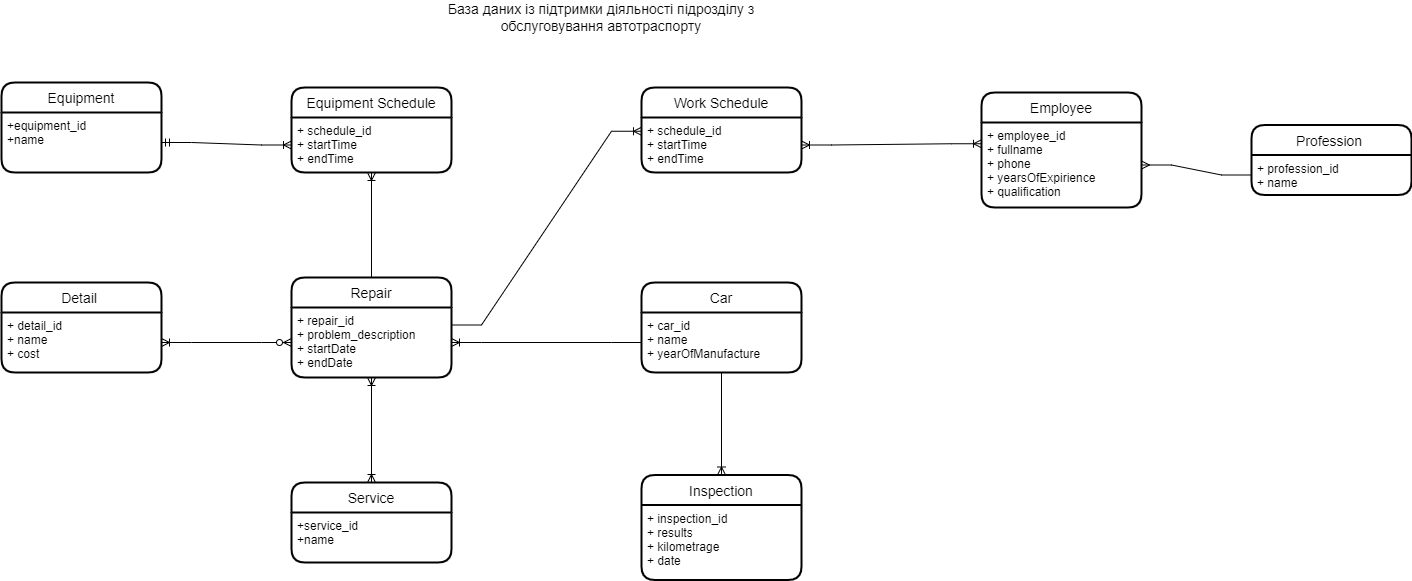
The draw.io diagram diagrams/ER-diagram.png in sashapanasiuk5/Database_CourseWork, before a commit. Source tidied: cells renumbered, new cells last; positions are measured from the earlier drawing's top-left corner, leaving out a move shared by most shapes. The source it was exported from:
```xml
<mxGraphModel>
  <root>
    <mxCell id="0" />
    <mxCell id="1" parent="0" />
    <mxCell id="2" value="Car" style="swimlane;horizontal=1;startSize=30;rounded=1;fontSize=14;fontStyle=0;strokeWidth=2;shadow=0;dashed=0;align=center;" parent="1" vertex="1">
      <mxGeometry x="640" y="280" width="160" height="90" as="geometry" />
    </mxCell>
    <mxCell id="3" value="+ car_id&#10;+ name&#10;+ yearOfManufacture" style="align=left;strokeColor=none;fillColor=none;spacingLeft=4;fontSize=12;verticalAlign=top;" parent="2" vertex="1">
      <mxGeometry y="30" width="160" height="60" as="geometry" />
    </mxCell>
    <mxCell id="4" value="Repair" style="swimlane;horizontal=1;startSize=30;rounded=1;fontSize=14;fontStyle=0;strokeWidth=2;shadow=0;dashed=0;align=center;" parent="1" vertex="1">
      <mxGeometry x="290" y="275" width="160" height="100" as="geometry" />
    </mxCell>
    <mxCell id="5" value="+ repair_id&#10;+ problem_description&#10;+ startDate&#10;+ endDate" style="align=left;strokeColor=none;fillColor=none;spacingLeft=4;fontSize=12;verticalAlign=top;" parent="4" vertex="1">
      <mxGeometry y="30" width="160" height="70" as="geometry" />
    </mxCell>
    <mxCell id="6" value="Service" style="swimlane;horizontal=1;startSize=30;rounded=1;fontSize=14;fontStyle=0;strokeWidth=2;shadow=0;dashed=0;align=center;" parent="1" vertex="1">
      <mxGeometry x="290" y="480" width="160" height="80" as="geometry" />
    </mxCell>
    <mxCell id="7" value="+service_id&#10;+name" style="align=left;strokeColor=none;fillColor=none;spacingLeft=4;fontSize=12;verticalAlign=top;" parent="6" vertex="1">
      <mxGeometry y="30" width="160" height="50" as="geometry" />
    </mxCell>
    <mxCell id="8" style="edgeStyle=entityRelationEdgeStyle;fontSize=12;html=1;endArrow=ERoneToMany;rounded=0;exitX=0;exitY=0.5;exitDx=0;exitDy=0;entryX=1;entryY=0.5;entryDx=0;entryDy=0;" parent="1" edge="1" source="3" target="5">
      <mxGeometry relative="1" as="geometry" />
    </mxCell>
    <mxCell id="9" style="fontSize=12;html=1;endArrow=ERoneToMany;startArrow=ERoneToMany;rounded=0;exitX=0.5;exitY=1;exitDx=0;exitDy=0;entryX=0.5;entryY=0;entryDx=0;entryDy=0;endFill=0;startFill=0;" parent="1" edge="1" source="5" target="6">
      <mxGeometry relative="1" as="geometry" />
    </mxCell>
    <mxCell id="10" value="Detail " style="swimlane;horizontal=1;startSize=30;rounded=1;fontSize=14;fontStyle=0;strokeWidth=2;shadow=0;dashed=0;align=center;" parent="1" vertex="1">
      <mxGeometry y="280" width="160" height="90" as="geometry" />
    </mxCell>
    <mxCell id="11" value="+ detail_id&#10;+ name&#10;+ cost" style="align=left;strokeColor=none;fillColor=none;spacingLeft=4;fontSize=12;verticalAlign=top;" parent="10" vertex="1">
      <mxGeometry y="30" width="160" height="60" as="geometry" />
    </mxCell>
    <mxCell id="12" style="edgeStyle=entityRelationEdgeStyle;fontSize=12;html=1;endArrow=ERoneToMany;startArrow=ERzeroToMany;rounded=0;entryX=1;entryY=0.5;entryDx=0;entryDy=0;exitX=0;exitY=0.5;exitDx=0;exitDy=0;" parent="1" edge="1" source="5" target="11">
      <mxGeometry relative="1" as="geometry" />
    </mxCell>
    <mxCell id="13" value="Equipment" style="swimlane;horizontal=1;startSize=30;rounded=1;fontSize=14;fontStyle=0;strokeWidth=2;shadow=0;dashed=0;align=center;" parent="1" vertex="1">
      <mxGeometry y="80" width="160" height="90" as="geometry" />
    </mxCell>
    <mxCell id="14" value="+equipment_id&#10;+name&#10;" style="align=left;strokeColor=none;fillColor=none;spacingLeft=4;fontSize=12;verticalAlign=top;" parent="13" vertex="1">
      <mxGeometry y="30" width="160" height="60" as="geometry" />
    </mxCell>
    <mxCell id="15" value="Equipment Schedule" style="swimlane;horizontal=1;startSize=30;rounded=1;fontSize=14;fontStyle=0;strokeWidth=2;shadow=0;dashed=0;align=center;" parent="1" vertex="1">
      <mxGeometry x="290" y="85" width="160" height="85" as="geometry" />
    </mxCell>
    <mxCell id="16" value="+ schedule_id&#10;+ startTime&#10;+ endTime&#10;" style="align=left;strokeColor=none;fillColor=none;spacingLeft=4;fontSize=12;verticalAlign=top;" parent="15" vertex="1">
      <mxGeometry y="30" width="160" height="55" as="geometry" />
    </mxCell>
    <mxCell id="17" style="edgeStyle=entityRelationEdgeStyle;fontSize=12;html=1;endArrow=ERoneToMany;startArrow=ERmandOne;rounded=0;entryX=0;entryY=0.5;entryDx=0;entryDy=0;endFill=0;" parent="1" edge="1" source="14" target="16">
      <mxGeometry relative="1" as="geometry" />
    </mxCell>
    <mxCell id="18" style="fontSize=12;html=1;endArrow=ERoneToMany;endFill=0;rounded=0;exitX=0.5;exitY=0;exitDx=0;exitDy=0;entryX=0.5;entryY=1;entryDx=0;entryDy=0;" parent="1" edge="1" source="4" target="16">
      <mxGeometry relative="1" as="geometry" />
    </mxCell>
    <mxCell id="19" value="Work Schedule" style="swimlane;horizontal=1;startSize=30;rounded=1;fontSize=14;fontStyle=0;strokeWidth=2;shadow=0;dashed=0;align=center;" parent="1" vertex="1">
      <mxGeometry x="640" y="85" width="160" height="85" as="geometry" />
    </mxCell>
    <mxCell id="20" value="+ schedule_id&#10;+ startTime&#10;+ endTime" style="align=left;strokeColor=none;fillColor=none;spacingLeft=4;fontSize=12;verticalAlign=top;" parent="19" vertex="1">
      <mxGeometry y="30" width="160" height="55" as="geometry" />
    </mxCell>
    <mxCell id="21" style="edgeStyle=entityRelationEdgeStyle;fontSize=12;html=1;endArrow=ERoneToMany;endFill=0;rounded=0;exitX=1;exitY=0.25;exitDx=0;exitDy=0;entryX=0;entryY=0.25;entryDx=0;entryDy=0;" parent="1" edge="1" source="5" target="20">
      <mxGeometry relative="1" as="geometry" />
    </mxCell>
    <mxCell id="22" value="Employee" style="swimlane;horizontal=1;startSize=30;rounded=1;fontSize=14;fontStyle=0;strokeWidth=2;shadow=0;dashed=0;align=center;" parent="1" vertex="1">
      <mxGeometry x="980" y="90" width="160" height="115" as="geometry" />
    </mxCell>
    <mxCell id="23" value="+ employee_id&#10;+ fullname&#10;+ phone&#10;+ yearsOfExpirience&#10;+ qualification" style="align=left;strokeColor=none;fillColor=none;spacingLeft=4;fontSize=12;verticalAlign=top;" parent="22" vertex="1">
      <mxGeometry y="30" width="160" height="85" as="geometry" />
    </mxCell>
    <mxCell id="24" value="Profession " style="swimlane;horizontal=1;startSize=30;rounded=1;fontSize=14;fontStyle=0;strokeWidth=2;shadow=0;dashed=0;align=center;" parent="1" vertex="1">
      <mxGeometry x="1250" y="122.5" width="160" height="70" as="geometry" />
    </mxCell>
    <mxCell id="25" value="+ profession_id&#10;+ name&#10;" style="align=left;strokeColor=none;fillColor=none;spacingLeft=4;fontSize=12;verticalAlign=top;" parent="24" vertex="1">
      <mxGeometry y="30" width="160" height="40" as="geometry" />
    </mxCell>
    <mxCell id="26" style="edgeStyle=entityRelationEdgeStyle;fontSize=12;html=1;endArrow=ERmany;rounded=0;exitX=0;exitY=0.5;exitDx=0;exitDy=0;entryX=1;entryY=0.5;entryDx=0;entryDy=0;" parent="1" edge="1" source="25" target="23">
      <mxGeometry relative="1" as="geometry" />
    </mxCell>
    <mxCell id="27" style="edgeStyle=entityRelationEdgeStyle;fontSize=12;html=1;endArrow=ERoneToMany;startArrow=ERoneToMany;rounded=0;exitX=0;exitY=0.25;exitDx=0;exitDy=0;entryX=1;entryY=0.5;entryDx=0;entryDy=0;endFill=0;startFill=0;" parent="1" edge="1" source="23" target="20">
      <mxGeometry relative="1" as="geometry" />
    </mxCell>
    <mxCell id="28" value="Inspection" style="swimlane;horizontal=1;startSize=30;rounded=1;fontSize=14;fontStyle=0;strokeWidth=2;shadow=0;dashed=0;align=center;" parent="1" vertex="1">
      <mxGeometry x="640" y="472.5" width="160" height="105" as="geometry" />
    </mxCell>
    <mxCell id="29" value="+ inspection_id&#10;+ results&#10;+ kilometrage&#10;+ date" style="align=left;strokeColor=none;fillColor=none;spacingLeft=4;fontSize=12;verticalAlign=top;" parent="28" vertex="1">
      <mxGeometry y="30" width="160" height="75" as="geometry" />
    </mxCell>
    <mxCell id="30" style="fontSize=12;html=1;endArrow=ERoneToMany;rounded=0;exitX=0.5;exitY=1;exitDx=0;exitDy=0;entryX=0.5;entryY=0;entryDx=0;entryDy=0;" parent="1" edge="1" source="3" target="28">
      <mxGeometry relative="1" as="geometry" />
    </mxCell>
    <mxCell id="31" value="&lt;font style=&quot;font-size: 14px;&quot;&gt;База даних із підтримки діяльності підрозділу з обслуговування автотраспорту&lt;/font&gt;" style="text;html=1;strokeColor=none;fillColor=none;align=center;verticalAlign=middle;whiteSpace=wrap;rounded=0;" parent="1" vertex="1">
      <mxGeometry x="440" width="320" height="30" as="geometry" />
    </mxCell>
  </root>
</mxGraphModel>
```
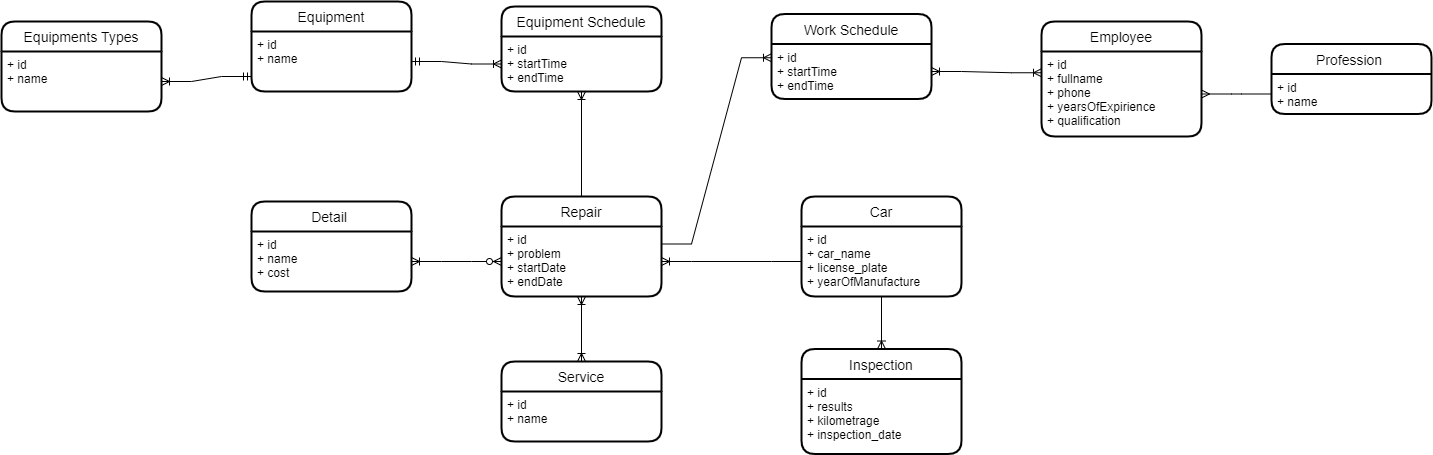
The same file after the commit.

Commit message:
Add database schema from DBMS and 4 chapters of documentation

The edit, as a diff of the source:
```diff
@@ -3,21 +3,21 @@
     <mxCell id="0" />
     <mxCell id="1" parent="0" />
     <mxCell id="2" value="Car" style="swimlane;horizontal=1;startSize=30;rounded=1;fontSize=14;fontStyle=0;strokeWidth=2;shadow=0;dashed=0;align=center;" parent="1" vertex="1">
-      <mxGeometry x="640" y="280" width="160" height="90" as="geometry" />
+      <mxGeometry x="1010" y="315" width="160" height="100" as="geometry" />
     </mxCell>
-    <mxCell id="3" value="+ car_id&#10;+ name&#10;+ yearOfManufacture" style="align=left;strokeColor=none;fillColor=none;spacingLeft=4;fontSize=12;verticalAlign=top;" parent="2" vertex="1">
-      <mxGeometry y="30" width="160" height="60" as="geometry" />
+    <mxCell id="3" value="+ id&#10;+ car_name&#10;+ license_plate&#10;+ yearOfManufacture" style="align=left;strokeColor=none;fillColor=none;spacingLeft=4;fontSize=12;verticalAlign=top;" parent="2" vertex="1">
+      <mxGeometry y="30" width="160" height="70" as="geometry" />
     </mxCell>
     <mxCell id="4" value="Repair" style="swimlane;horizontal=1;startSize=30;rounded=1;fontSize=14;fontStyle=0;strokeWidth=2;shadow=0;dashed=0;align=center;" parent="1" vertex="1">
-      <mxGeometry x="290" y="275" width="160" height="100" as="geometry" />
+      <mxGeometry x="710" y="315" width="160" height="100" as="geometry" />
     </mxCell>
-    <mxCell id="5" value="+ repair_id&#10;+ problem_description&#10;+ startDate&#10;+ endDate" style="align=left;strokeColor=none;fillColor=none;spacingLeft=4;fontSize=12;verticalAlign=top;" parent="4" vertex="1">
+    <mxCell id="5" value="+ id&#10;+ problem&#10;+ startDate&#10;+ endDate" style="align=left;strokeColor=none;fillColor=none;spacingLeft=4;fontSize=12;verticalAlign=top;" parent="4" vertex="1">
       <mxGeometry y="30" width="160" height="70" as="geometry" />
     </mxCell>
     <mxCell id="6" value="Service" style="swimlane;horizontal=1;startSize=30;rounded=1;fontSize=14;fontStyle=0;strokeWidth=2;shadow=0;dashed=0;align=center;" parent="1" vertex="1">
-      <mxGeometry x="290" y="480" width="160" height="80" as="geometry" />
+      <mxGeometry x="710" y="480" width="160" height="80" as="geometry" />
     </mxCell>
-    <mxCell id="7" value="+service_id&#10;+name" style="align=left;strokeColor=none;fillColor=none;spacingLeft=4;fontSize=12;verticalAlign=top;" parent="6" vertex="1">
+    <mxCell id="7" value="+ id&#10;+ name" style="align=left;strokeColor=none;fillColor=none;spacingLeft=4;fontSize=12;verticalAlign=top;" parent="6" vertex="1">
       <mxGeometry y="30" width="160" height="50" as="geometry" />
     </mxCell>
     <mxCell id="8" style="edgeStyle=entityRelationEdgeStyle;fontSize=12;html=1;endArrow=ERoneToMany;rounded=0;exitX=0;exitY=0.5;exitDx=0;exitDy=0;entryX=1;entryY=0.5;entryDx=0;entryDy=0;" parent="1" edge="1" source="3" target="5">
@@ -27,24 +27,24 @@
       <mxGeometry relative="1" as="geometry" />
     </mxCell>
     <mxCell id="10" value="Detail " style="swimlane;horizontal=1;startSize=30;rounded=1;fontSize=14;fontStyle=0;strokeWidth=2;shadow=0;dashed=0;align=center;" parent="1" vertex="1">
-      <mxGeometry y="280" width="160" height="90" as="geometry" />
+      <mxGeometry x="460" y="320" width="160" height="90" as="geometry" />
     </mxCell>
-    <mxCell id="11" value="+ detail_id&#10;+ name&#10;+ cost" style="align=left;strokeColor=none;fillColor=none;spacingLeft=4;fontSize=12;verticalAlign=top;" parent="10" vertex="1">
+    <mxCell id="11" value="+ id&#10;+ name&#10;+ cost" style="align=left;strokeColor=none;fillColor=none;spacingLeft=4;fontSize=12;verticalAlign=top;" parent="10" vertex="1">
       <mxGeometry y="30" width="160" height="60" as="geometry" />
     </mxCell>
     <mxCell id="12" style="edgeStyle=entityRelationEdgeStyle;fontSize=12;html=1;endArrow=ERoneToMany;startArrow=ERzeroToMany;rounded=0;entryX=1;entryY=0.5;entryDx=0;entryDy=0;exitX=0;exitY=0.5;exitDx=0;exitDy=0;" parent="1" edge="1" source="5" target="11">
       <mxGeometry relative="1" as="geometry" />
     </mxCell>
     <mxCell id="13" value="Equipment" style="swimlane;horizontal=1;startSize=30;rounded=1;fontSize=14;fontStyle=0;strokeWidth=2;shadow=0;dashed=0;align=center;" parent="1" vertex="1">
-      <mxGeometry y="80" width="160" height="90" as="geometry" />
+      <mxGeometry x="460" y="120" width="160" height="90" as="geometry" />
     </mxCell>
-    <mxCell id="14" value="+equipment_id&#10;+name&#10;" style="align=left;strokeColor=none;fillColor=none;spacingLeft=4;fontSize=12;verticalAlign=top;" parent="13" vertex="1">
+    <mxCell id="14" value="+ id&#10;+ name&#10;" style="align=left;strokeColor=none;fillColor=none;spacingLeft=4;fontSize=12;verticalAlign=top;" parent="13" vertex="1">
       <mxGeometry y="30" width="160" height="60" as="geometry" />
     </mxCell>
     <mxCell id="15" value="Equipment Schedule" style="swimlane;horizontal=1;startSize=30;rounded=1;fontSize=14;fontStyle=0;strokeWidth=2;shadow=0;dashed=0;align=center;" parent="1" vertex="1">
-      <mxGeometry x="290" y="85" width="160" height="85" as="geometry" />
+      <mxGeometry x="710" y="125" width="160" height="85" as="geometry" />
     </mxCell>
-    <mxCell id="16" value="+ schedule_id&#10;+ startTime&#10;+ endTime&#10;" style="align=left;strokeColor=none;fillColor=none;spacingLeft=4;fontSize=12;verticalAlign=top;" parent="15" vertex="1">
+    <mxCell id="16" value="+ id&#10;+ startTime&#10;+ endTime&#10;" style="align=left;strokeColor=none;fillColor=none;spacingLeft=4;fontSize=12;verticalAlign=top;" parent="15" vertex="1">
       <mxGeometry y="30" width="160" height="55" as="geometry" />
     </mxCell>
     <mxCell id="17" style="edgeStyle=entityRelationEdgeStyle;fontSize=12;html=1;endArrow=ERoneToMany;startArrow=ERmandOne;rounded=0;entryX=0;entryY=0.5;entryDx=0;entryDy=0;endFill=0;" parent="1" edge="1" source="14" target="16">
@@ -54,24 +54,24 @@
       <mxGeometry relative="1" as="geometry" />
     </mxCell>
     <mxCell id="19" value="Work Schedule" style="swimlane;horizontal=1;startSize=30;rounded=1;fontSize=14;fontStyle=0;strokeWidth=2;shadow=0;dashed=0;align=center;" parent="1" vertex="1">
-      <mxGeometry x="640" y="85" width="160" height="85" as="geometry" />
+      <mxGeometry x="980" y="132.5" width="160" height="85" as="geometry" />
     </mxCell>
-    <mxCell id="20" value="+ schedule_id&#10;+ startTime&#10;+ endTime" style="align=left;strokeColor=none;fillColor=none;spacingLeft=4;fontSize=12;verticalAlign=top;" parent="19" vertex="1">
+    <mxCell id="20" value="+ id&#10;+ startTime&#10;+ endTime" style="align=left;strokeColor=none;fillColor=none;spacingLeft=4;fontSize=12;verticalAlign=top;" parent="19" vertex="1">
       <mxGeometry y="30" width="160" height="55" as="geometry" />
     </mxCell>
     <mxCell id="21" style="edgeStyle=entityRelationEdgeStyle;fontSize=12;html=1;endArrow=ERoneToMany;endFill=0;rounded=0;exitX=1;exitY=0.25;exitDx=0;exitDy=0;entryX=0;entryY=0.25;entryDx=0;entryDy=0;" parent="1" edge="1" source="5" target="20">
       <mxGeometry relative="1" as="geometry" />
     </mxCell>
     <mxCell id="22" value="Employee" style="swimlane;horizontal=1;startSize=30;rounded=1;fontSize=14;fontStyle=0;strokeWidth=2;shadow=0;dashed=0;align=center;" parent="1" vertex="1">
-      <mxGeometry x="980" y="90" width="160" height="115" as="geometry" />
+      <mxGeometry x="1250" y="140" width="160" height="115" as="geometry" />
     </mxCell>
-    <mxCell id="23" value="+ employee_id&#10;+ fullname&#10;+ phone&#10;+ yearsOfExpirience&#10;+ qualification" style="align=left;strokeColor=none;fillColor=none;spacingLeft=4;fontSize=12;verticalAlign=top;" parent="22" vertex="1">
+    <mxCell id="23" value="+ id&#10;+ fullname&#10;+ phone&#10;+ yearsOfExpirience&#10;+ qualification" style="align=left;strokeColor=none;fillColor=none;spacingLeft=4;fontSize=12;verticalAlign=top;" parent="22" vertex="1">
       <mxGeometry y="30" width="160" height="85" as="geometry" />
     </mxCell>
     <mxCell id="24" value="Profession " style="swimlane;horizontal=1;startSize=30;rounded=1;fontSize=14;fontStyle=0;strokeWidth=2;shadow=0;dashed=0;align=center;" parent="1" vertex="1">
-      <mxGeometry x="1250" y="122.5" width="160" height="70" as="geometry" />
+      <mxGeometry x="1480" y="162.5" width="160" height="70" as="geometry" />
     </mxCell>
-    <mxCell id="25" value="+ profession_id&#10;+ name&#10;" style="align=left;strokeColor=none;fillColor=none;spacingLeft=4;fontSize=12;verticalAlign=top;" parent="24" vertex="1">
+    <mxCell id="25" value="+ id&#10;+ name&#10;" style="align=left;strokeColor=none;fillColor=none;spacingLeft=4;fontSize=12;verticalAlign=top;" parent="24" vertex="1">
       <mxGeometry y="30" width="160" height="40" as="geometry" />
     </mxCell>
     <mxCell id="26" style="edgeStyle=entityRelationEdgeStyle;fontSize=12;html=1;endArrow=ERmany;rounded=0;exitX=0;exitY=0.5;exitDx=0;exitDy=0;entryX=1;entryY=0.5;entryDx=0;entryDy=0;" parent="1" edge="1" source="25" target="23">
@@ -81,16 +81,22 @@
       <mxGeometry relative="1" as="geometry" />
     </mxCell>
     <mxCell id="28" value="Inspection" style="swimlane;horizontal=1;startSize=30;rounded=1;fontSize=14;fontStyle=0;strokeWidth=2;shadow=0;dashed=0;align=center;" parent="1" vertex="1">
-      <mxGeometry x="640" y="472.5" width="160" height="105" as="geometry" />
+      <mxGeometry x="1010" y="467.5" width="160" height="105" as="geometry" />
     </mxCell>
-    <mxCell id="29" value="+ inspection_id&#10;+ results&#10;+ kilometrage&#10;+ date" style="align=left;strokeColor=none;fillColor=none;spacingLeft=4;fontSize=12;verticalAlign=top;" parent="28" vertex="1">
+    <mxCell id="29" value="+ id&#10;+ results&#10;+ kilometrage&#10;+ inspection_date" style="align=left;strokeColor=none;fillColor=none;spacingLeft=4;fontSize=12;verticalAlign=top;" parent="28" vertex="1">
       <mxGeometry y="30" width="160" height="75" as="geometry" />
     </mxCell>
     <mxCell id="30" style="fontSize=12;html=1;endArrow=ERoneToMany;rounded=0;exitX=0.5;exitY=1;exitDx=0;exitDy=0;entryX=0.5;entryY=0;entryDx=0;entryDy=0;" parent="1" edge="1" source="3" target="28">
       <mxGeometry relative="1" as="geometry" />
     </mxCell>
-    <mxCell id="31" value="&lt;font style=&quot;font-size: 14px;&quot;&gt;База даних із підтримки діяльності підрозділу з обслуговування автотраспорту&lt;/font&gt;" style="text;html=1;strokeColor=none;fillColor=none;align=center;verticalAlign=middle;whiteSpace=wrap;rounded=0;" parent="1" vertex="1">
-      <mxGeometry x="440" width="320" height="30" as="geometry" />
-    </mxCell>
+    <mxCell id="32" value="Equipments Types" style="swimlane;horizontal=1;startSize=30;rounded=1;fontSize=14;fontStyle=0;strokeWidth=2;shadow=0;dashed=0;align=center;" parent="1" vertex="1">
+      <mxGeometry x="210" y="140" width="160" height="90" as="geometry" />
+    </mxCell>
+    <mxCell id="33" value="+ id&#10;+ name&#10;" style="align=left;strokeColor=none;fillColor=none;spacingLeft=4;fontSize=12;verticalAlign=top;" parent="32" vertex="1">
+      <mxGeometry y="30" width="160" height="60" as="geometry" />
+    </mxCell>
+    <mxCell id="34" style="edgeStyle=entityRelationEdgeStyle;fontSize=12;html=1;endArrow=ERoneToMany;startArrow=ERmandOne;rounded=0;entryX=1;entryY=0.5;entryDx=0;entryDy=0;endFill=0;exitX=0;exitY=0.75;exitDx=0;exitDy=0;" parent="1" edge="1" source="14" target="33">
+      <mxGeometry relative="1" as="geometry" />
+    </mxCell>
   </root>
 </mxGraphModel>
```
